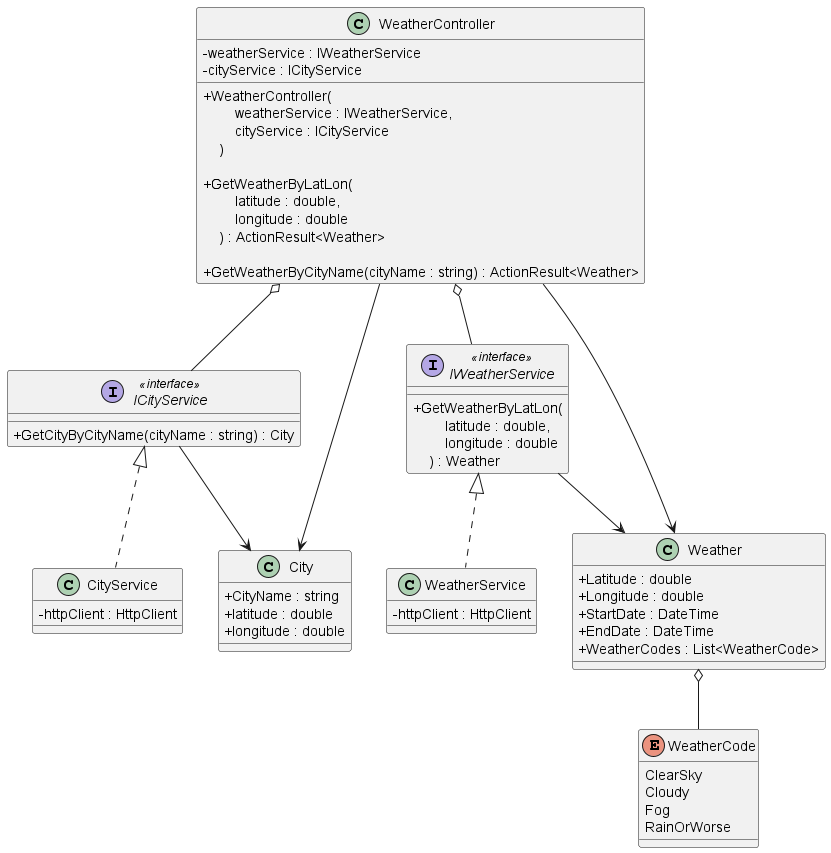
vkammili5/weather-api keeps this PlantUML diagram as diagrams/UML/WeatherAPI.png. Above is the earlier version.
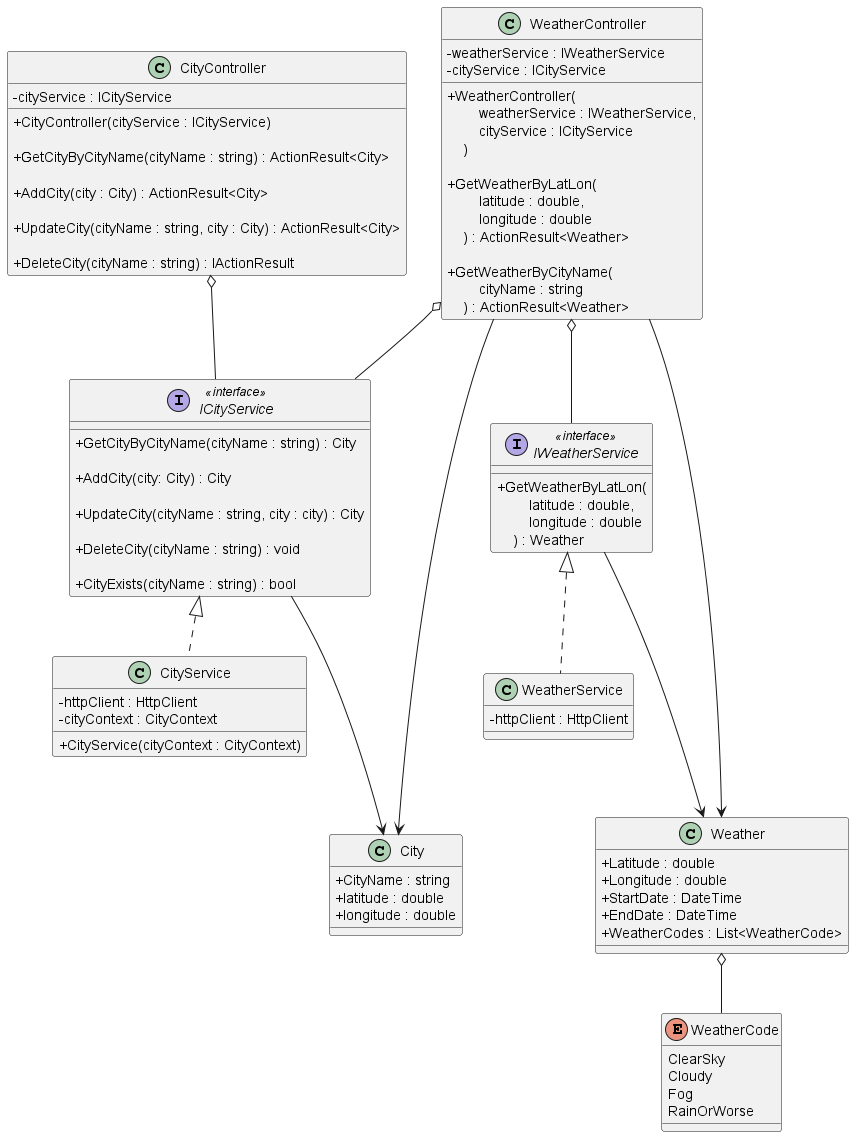
The same diagram one commit later.

Commit message:
UML: add CityController and modify ICityService with methods for GET POST PUT DELETE actions

Diff of the diagram source:
```diff
@@ -1,12 +1,37 @@
 @startuml "WeatherAPI"
 skinparam ClassAttributeIconSize 0
 
+class CityController {
+    - cityService : ICityService
+
+    + CityController(cityService : ICityService)
+
+    + GetCityByCityName(cityName : string) : ActionResult<City>
+
+    + AddCity(city : City) : ActionResult<City>
+
+    + UpdateCity(cityName : string, city : City) : ActionResult<City>
+
+    + DeleteCity(cityName : string) : IActionResult
+}
+
 interface ICityService <<interface>> {
     + GetCityByCityName(cityName : string) : City
+
+    + AddCity(city: City) : City
+
+    + UpdateCity(cityName : string, city : city) : City
+
+    + DeleteCity(cityName : string) : void
+
+    + CityExists(cityName : string) : bool
 }
 
 class CityService {
     - httpClient : HttpClient
+    - cityContext : CityContext
+
+    + CityService(cityContext : CityContext)
 }
 
 class City {
@@ -23,7 +48,7 @@
 
     + GetWeatherByLatLon(\n        latitude : double, \n        longitude : double\n    ) : ActionResult<Weather>
 
-    + GetWeatherByCityName(cityName : string) : ActionResult<Weather>
+    + GetWeatherByCityName(\n        cityName : string\n    ) : ActionResult<Weather>
 }
 
 interface IWeatherService <<interface>> {
@@ -49,17 +74,19 @@
     RainOrWorse
 }
 
+CityController o-- ICityService
+
 ICityService <|.. CityService
-ICityService --> City
-WeatherController --> City
+ICityService ---> City
+WeatherController ----> City
 
 WeatherController o-- IWeatherService
 WeatherController o-- ICityService
 
 IWeatherService <|.. WeatherService
 
-WeatherController --> Weather
-IWeatherService --> Weather
+WeatherController ----> Weather
+IWeatherService ---> Weather
 
 Weather o-- WeatherCode
 
```
